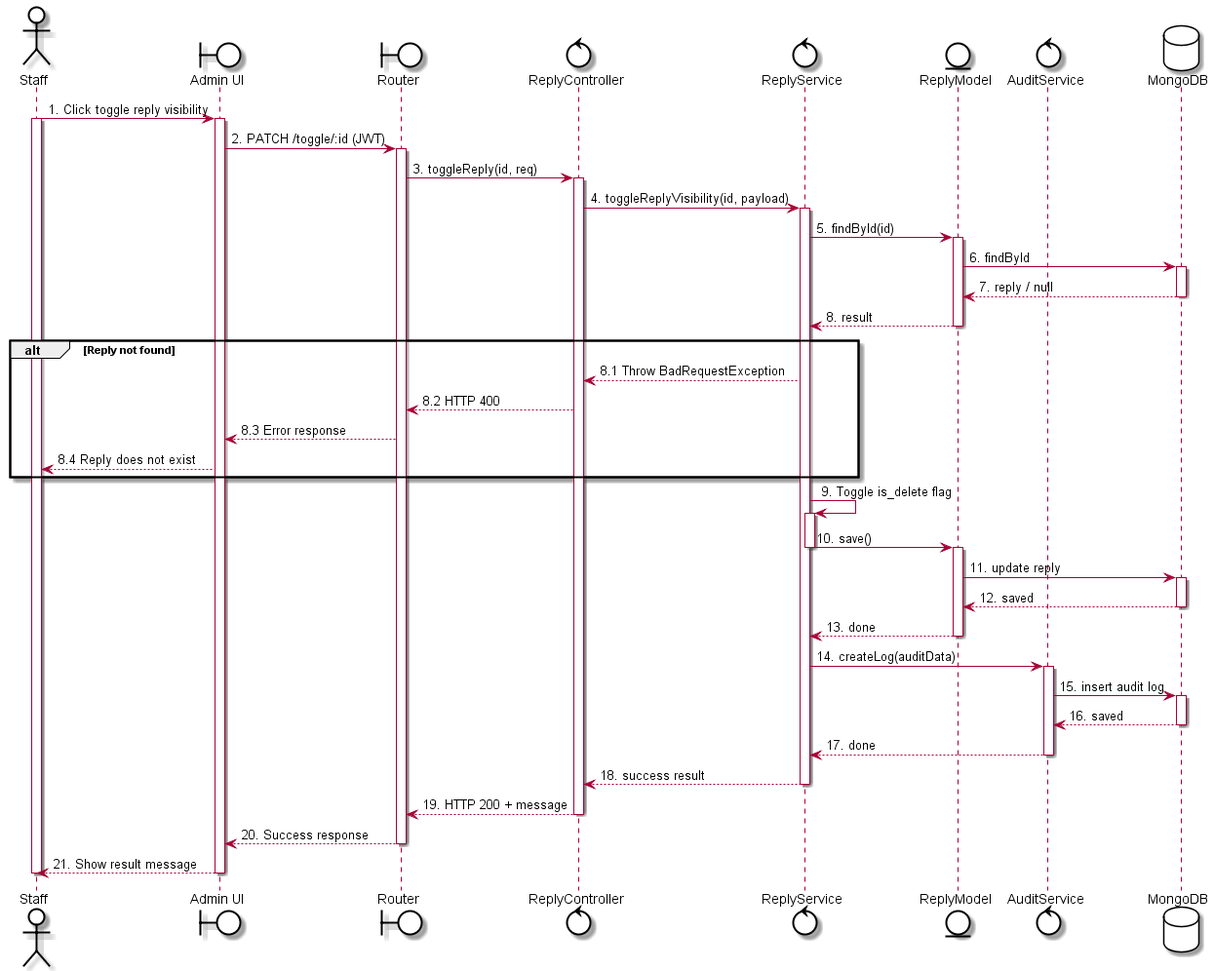
LGK1412/sequence_sep490_01 keeps this PlantUML diagram as out/uc46 - Hide Reply/uc46 - Hide Reply.png. Above is the earlier version. Its diagram source:
```plantuml
@startuml
skinparam {
    ActorBackgroundColor #FFFFFF
    BoundaryBackgroundColor #FFFFFF
    ControlBackgroundColor #FFFFFF
    EntityBackgroundColor #FFFFFF
    DatabaseBackgroundColor #FFFFFF

    ActorBorderColor black
    BoundaryBorderColor black
    ControlBorderColor black
    EntityBorderColor black
    DatabaseBorderColor black
}

actor Staff
boundary "Admin UI" as UI
boundary Router
control ReplyController
control ReplyService
entity ReplyModel
control AuditService
database MongoDB

Staff -> UI: 1. Click toggle reply visibility
activate Staff
activate UI

UI -> Router: 2. PATCH /toggle/:id (JWT)
activate Router

Router -> ReplyController: 3. toggleReply(id, req)
activate ReplyController

ReplyController -> ReplyService: 4. toggleReplyVisibility(id, payload)
activate ReplyService

ReplyService -> ReplyModel: 5. findById(id)
activate ReplyModel
ReplyModel -> MongoDB: 6. findById
activate MongoDB
MongoDB --> ReplyModel: 7. reply / null
deactivate MongoDB
ReplyModel --> ReplyService: 8. result
deactivate ReplyModel

alt Reply not found
    ReplyService --> ReplyController: 8.1 Throw BadRequestException
    ReplyController --> Router: 8.2 HTTP 400
    Router --> UI: 8.3 Error response
    UI --> Staff: 8.4 Reply does not exist
end

ReplyService -> ReplyService: 9. Toggle is_delete flag
activate ReplyService
ReplyService -> ReplyModel: 10. save()
deactivate ReplyService
activate ReplyModel
ReplyModel -> MongoDB: 11. update reply
activate MongoDB
MongoDB --> ReplyModel: 12. saved
deactivate MongoDB
ReplyModel --> ReplyService: 13. done
deactivate ReplyModel

ReplyService -> AuditService: 14. createLog(auditData)
activate AuditService
AuditService -> MongoDB: 15. insert audit log
activate MongoDB
MongoDB --> AuditService: 16. saved
deactivate MongoDB
AuditService --> ReplyService: 17. done
deactivate AuditService

ReplyService --> ReplyController: 18. success result
deactivate ReplyService
ReplyController --> Router: 19. HTTP 200 + message
deactivate ReplyController
Router --> UI: 20. Success response
deactivate Router
UI --> Staff: 21. Show result message
deactivate UI
deactivate Staff
@enduml
```
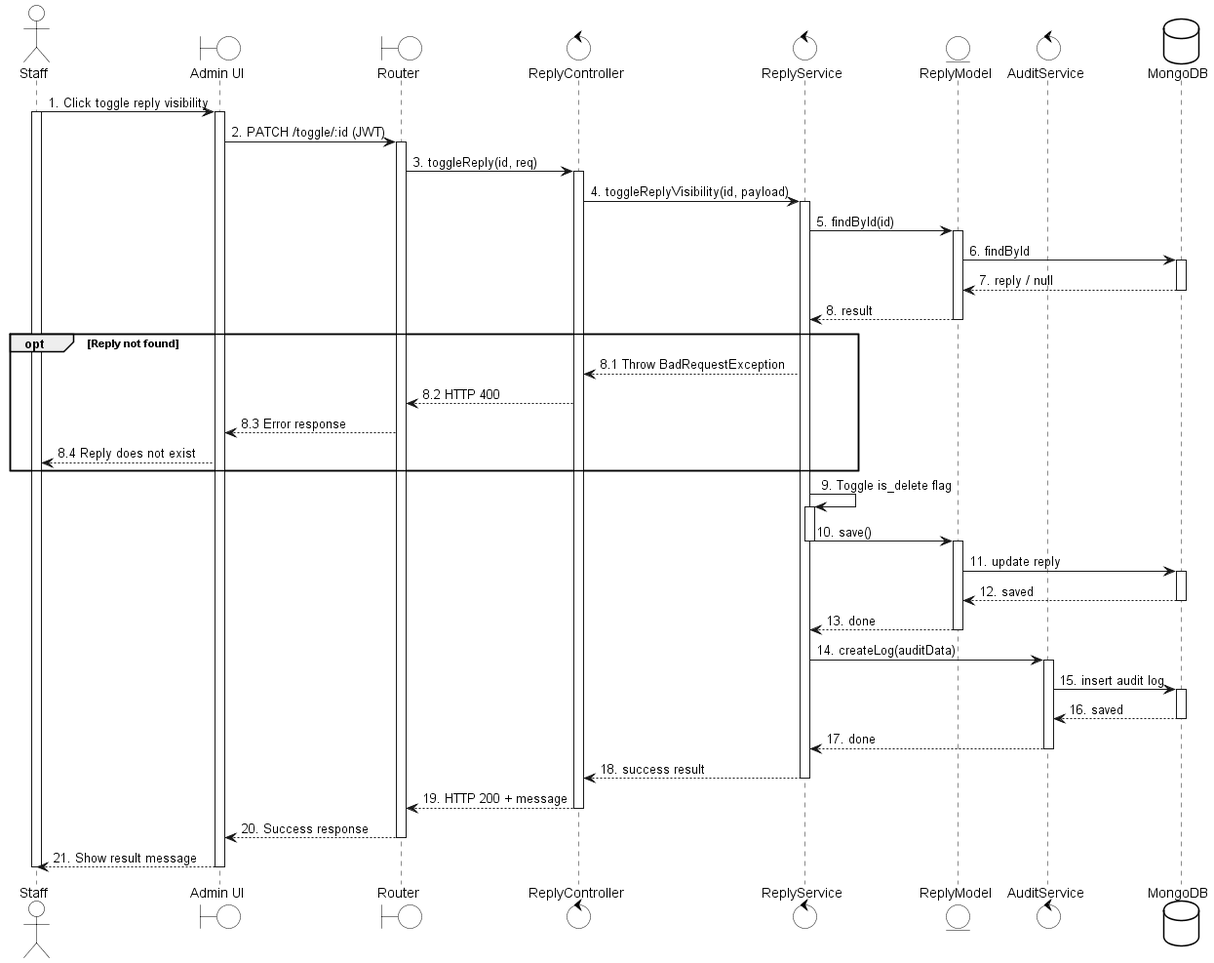
The same file after the commit.

Change to the diagram source:
```diff
@@ -44,7 +44,7 @@
 ReplyModel --> ReplyService: 8. result
 deactivate ReplyModel
 
-alt Reply not found
+opt Reply not found
     ReplyService --> ReplyController: 8.1 Throw BadRequestException
     ReplyController --> Router: 8.2 HTTP 400
     Router --> UI: 8.3 Error response
```
